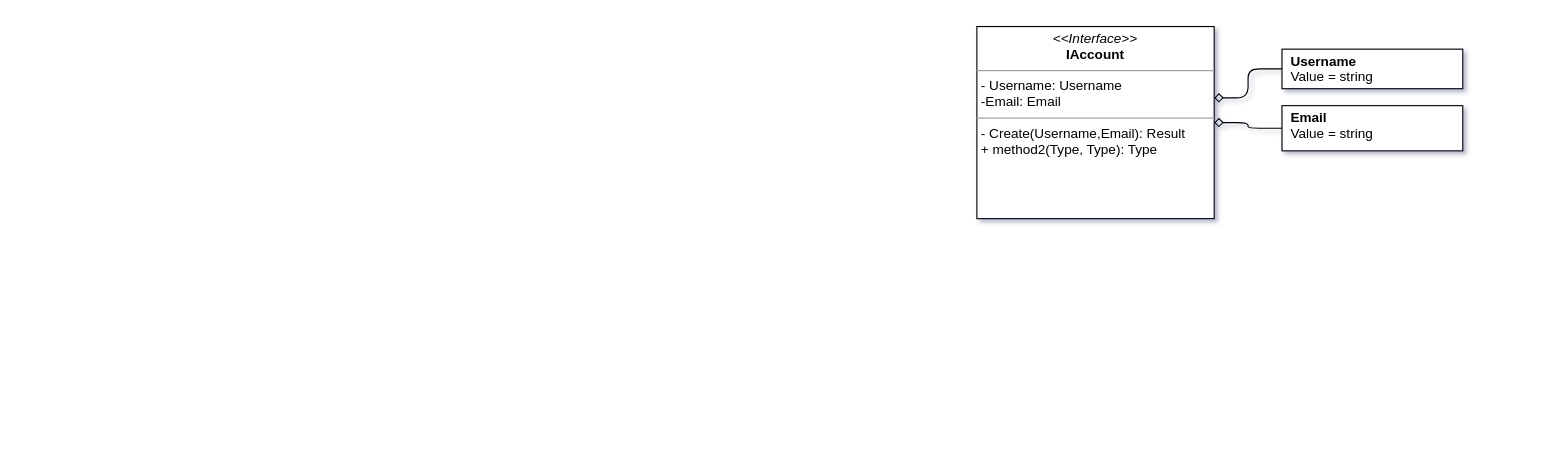
Above: Server/Fitbox.drawio in ivancorlli/Fitbox (draw.io), before the change. Source tidied: cells renumbered, new cells numbered last; positions are measured from the earlier drawing's top-left corner, leaving out a move shared by most shapes. Both pictures are drawn from the tidied source at 113%, with x=0, y=0 at pixel (976, 26).
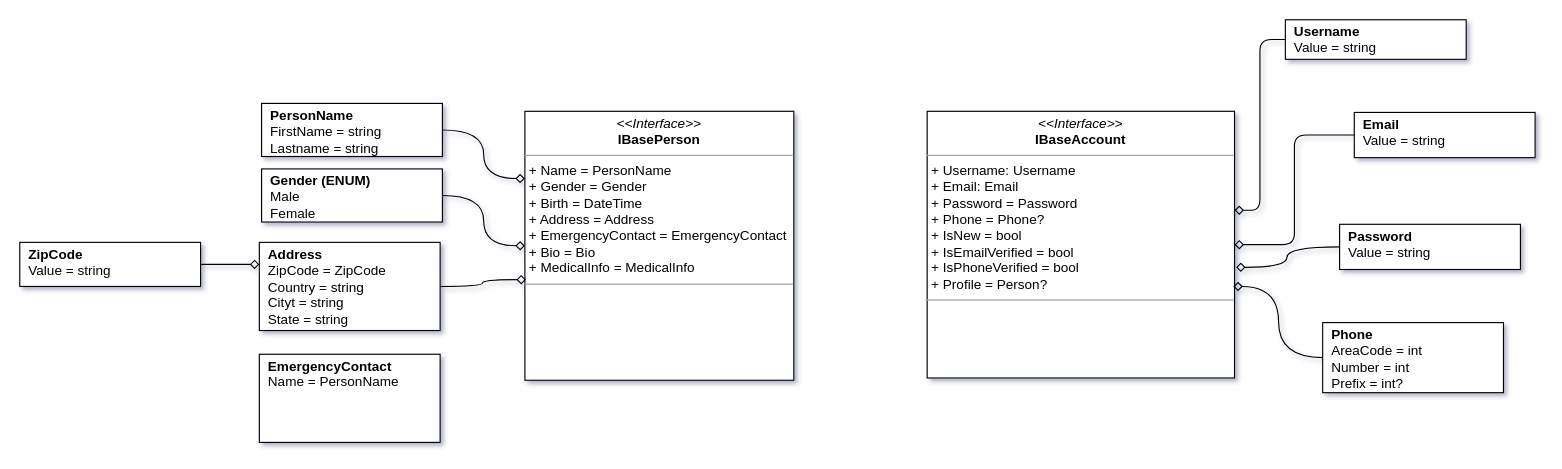
Above is the later version.

Commit message (it also covers changes not shown here):
Se agrego diagrama de clases

The edit, as a diff of the source:
```diff
@@
     <mxCell id="2" value="&lt;p style=&quot;margin:0px;margin-top:4px;text-align:center;text-decoration:underline;&quot;&gt;&lt;/p&gt;&lt;p style=&quot;margin:0px;margin-left:8px;&quot;&gt;&lt;b&gt;Username&lt;/b&gt;&lt;/p&gt;&lt;p style=&quot;margin:0px;margin-left:8px;&quot;&gt;Value = string&lt;/p&gt;" style="verticalAlign=top;align=left;overflow=fill;fontSize=12;fontFamily=Helvetica;html=1;" parent="1" vertex="1">
-      <mxGeometry x="270" y="20" width="160" height="35" as="geometry" />
+      <mxGeometry x="273" y="-6" width="160" height="35" as="geometry" />
     </mxCell>
     <mxCell id="3" value="&lt;p style=&quot;margin:0px;margin-top:4px;text-align:center;text-decoration:underline;&quot;&gt;&lt;/p&gt;&lt;p style=&quot;margin:0px;margin-left:8px;&quot;&gt;&lt;span style=&quot;background-color: initial;&quot;&gt;&lt;b&gt;Email&lt;/b&gt;&lt;/span&gt;&lt;/p&gt;&lt;p style=&quot;margin:0px;margin-left:8px;&quot;&gt;&lt;span style=&quot;background-color: initial;&quot;&gt;Value = string&lt;/span&gt;&lt;br&gt;&lt;/p&gt;" style="verticalAlign=top;align=left;overflow=fill;fontSize=12;fontFamily=Helvetica;html=1;" parent="1" vertex="1">
-      <mxGeometry x="270" y="70" width="160" height="40" as="geometry" />
+      <mxGeometry x="334" y="76" width="160" height="40" as="geometry" />
     </mxCell>
@@
+    <mxCell id="7" style="edgeStyle=orthogonalEdgeStyle;rounded=0;jettySize=auto;html=1;curved=1;endArrow=none;endFill=0;startArrow=diamond;startFill=0;exitX=1.005;exitY=0.585;exitDx=0;exitDy=0;exitPerimeter=0;" parent="1" edge="1" source="6" target="8">
+      <mxGeometry relative="1" as="geometry" />
+    </mxCell>
-    <mxCell id="6" value="&lt;p style=&quot;margin:0px;margin-top:4px;text-align:center;&quot;&gt;&lt;i&gt;&amp;lt;&amp;lt;Interface&amp;gt;&amp;gt;&lt;/i&gt;&lt;br&gt;&lt;b&gt;IAccount&lt;/b&gt;&lt;/p&gt;&lt;hr size=&quot;1&quot;&gt;&lt;p style=&quot;margin:0px;margin-left:4px;&quot;&gt;- Username: Username&lt;br&gt;-Email: Email&lt;/p&gt;&lt;hr size=&quot;1&quot;&gt;&lt;p style=&quot;margin:0px;margin-left:4px;&quot;&gt;- Create(Username,Email): Result&lt;br&gt;+ method2(Type, Type): Type&lt;/p&gt;" style="verticalAlign=top;align=left;overflow=fill;fontSize=12;fontFamily=Helvetica;html=1;" parent="1" vertex="1">
-      <mxGeometry width="210" height="170" as="geometry" />
+    <mxCell id="6" value="&lt;p style=&quot;margin:0px;margin-top:4px;text-align:center;&quot;&gt;&lt;i&gt;&amp;lt;&amp;lt;Interface&amp;gt;&amp;gt;&lt;/i&gt;&lt;br&gt;&lt;b&gt;IBaseAccount&lt;/b&gt;&lt;/p&gt;&lt;hr size=&quot;1&quot;&gt;&lt;p style=&quot;margin:0px;margin-left:4px;&quot;&gt;+ Username: Username&lt;br&gt;+ Email: Email&lt;/p&gt;&lt;p style=&quot;margin:0px;margin-left:4px;&quot;&gt;+ Password = Password&lt;/p&gt;&lt;p style=&quot;margin:0px;margin-left:4px;&quot;&gt;+ Phone = Phone?&lt;/p&gt;&lt;p style=&quot;margin:0px;margin-left:4px;&quot;&gt;+ IsNew = bool&lt;/p&gt;&lt;p style=&quot;margin:0px;margin-left:4px;&quot;&gt;+ IsEmailVerified = bool&lt;/p&gt;&lt;p style=&quot;margin:0px;margin-left:4px;&quot;&gt;&lt;span style=&quot;background-color: initial;&quot;&gt;+ IsPhoneVerified = bool&lt;/span&gt;&lt;/p&gt;&lt;p style=&quot;margin:0px;margin-left:4px;&quot;&gt;+ Profile = Person?&lt;/p&gt;&lt;hr size=&quot;1&quot;&gt;&lt;p style=&quot;margin:0px;margin-left:4px;&quot;&gt;&lt;br&gt;&lt;/p&gt;" style="verticalAlign=top;align=left;overflow=fill;fontSize=12;fontFamily=Helvetica;html=1;" parent="1" vertex="1">
+      <mxGeometry x="-44" y="75" width="272" height="236" as="geometry" />
     </mxCell>
+    <mxCell id="8" value="&lt;p style=&quot;margin:0px;margin-top:4px;text-align:center;text-decoration:underline;&quot;&gt;&lt;/p&gt;&lt;p style=&quot;margin:0px;margin-left:8px;&quot;&gt;&lt;b&gt;Password&lt;/b&gt;&lt;/p&gt;&lt;p style=&quot;margin:0px;margin-left:8px;&quot;&gt;&lt;span style=&quot;background-color: initial;&quot;&gt;Value = string&lt;/span&gt;&lt;br&gt;&lt;/p&gt;" style="verticalAlign=top;align=left;overflow=fill;fontSize=12;fontFamily=Helvetica;html=1;" parent="1" vertex="1">
+      <mxGeometry x="321" y="175" width="160" height="40" as="geometry" />
+    </mxCell>
+    <mxCell id="9" style="edgeStyle=orthogonalEdgeStyle;rounded=0;jettySize=auto;html=1;entryX=0.996;entryY=0.657;entryDx=0;entryDy=0;entryPerimeter=0;endArrow=diamond;endFill=0;startArrow=none;startFill=0;curved=1;" parent="1" edge="1" source="10" target="6">
+      <mxGeometry relative="1" as="geometry" />
+    </mxCell>
+    <mxCell id="10" value="&lt;p style=&quot;margin:0px;margin-top:4px;text-align:center;text-decoration:underline;&quot;&gt;&lt;/p&gt;&lt;p style=&quot;margin:0px;margin-left:8px;&quot;&gt;&lt;b&gt;Phone&lt;/b&gt;&lt;/p&gt;&lt;p style=&quot;margin:0px;margin-left:8px;&quot;&gt;&lt;span style=&quot;background-color: initial;&quot;&gt;AreaCode = int&lt;/span&gt;&lt;br&gt;&lt;/p&gt;&lt;p style=&quot;margin:0px;margin-left:8px;&quot;&gt;&lt;span style=&quot;background-color: initial;&quot;&gt;Number = int&lt;/span&gt;&lt;/p&gt;&lt;p style=&quot;margin:0px;margin-left:8px;&quot;&gt;&lt;span style=&quot;background-color: initial;&quot;&gt;Prefix = int?&lt;/span&gt;&lt;/p&gt;" style="verticalAlign=top;align=left;overflow=fill;fontSize=12;fontFamily=Helvetica;html=1;" parent="1" vertex="1">
+      <mxGeometry x="306" y="262" width="160" height="62" as="geometry" />
+    </mxCell>
+    <mxCell id="11" value="&lt;p style=&quot;margin:0px;margin-top:4px;text-align:center;&quot;&gt;&lt;i&gt;&amp;lt;&amp;lt;Interface&amp;gt;&amp;gt;&lt;/i&gt;&lt;br&gt;&lt;b&gt;IBasePerson&lt;/b&gt;&lt;/p&gt;&lt;hr size=&quot;1&quot;&gt;&lt;p style=&quot;margin:0px;margin-left:4px;&quot;&gt;+ Name = PersonName&lt;/p&gt;&lt;p style=&quot;margin:0px;margin-left:4px;&quot;&gt;+ Gender = Gender&lt;/p&gt;&lt;p style=&quot;margin:0px;margin-left:4px;&quot;&gt;+ Birth = DateTime&lt;/p&gt;&lt;p style=&quot;margin:0px;margin-left:4px;&quot;&gt;+ Address = Address&lt;/p&gt;&lt;p style=&quot;margin:0px;margin-left:4px;&quot;&gt;+ EmergencyContact = EmergencyContact&lt;/p&gt;&lt;p style=&quot;margin:0px;margin-left:4px;&quot;&gt;+ Bio = Bio&lt;/p&gt;&lt;p style=&quot;margin:0px;margin-left:4px;&quot;&gt;+ MedicalInfo = MedicalInfo&lt;/p&gt;&lt;hr size=&quot;1&quot;&gt;&lt;p style=&quot;margin:0px;margin-left:4px;&quot;&gt;&lt;br&gt;&lt;/p&gt;" style="verticalAlign=top;align=left;overflow=fill;fontSize=12;fontFamily=Helvetica;html=1;" parent="1" vertex="1">
+      <mxGeometry x="-400" y="75" width="238" height="238" as="geometry" />
+    </mxCell>
+    <mxCell id="12" style="edgeStyle=orthogonalEdgeStyle;rounded=0;jettySize=auto;html=1;entryX=0;entryY=0.25;entryDx=0;entryDy=0;endArrow=diamond;endFill=0;curved=1;" parent="1" edge="1" source="13" target="11">
+      <mxGeometry relative="1" as="geometry" />
+    </mxCell>
+    <mxCell id="13" value="&lt;p style=&quot;margin:0px;margin-top:4px;text-align:center;text-decoration:underline;&quot;&gt;&lt;/p&gt;&lt;p style=&quot;margin:0px;margin-left:8px;&quot;&gt;&lt;b&gt;PersonName&lt;/b&gt;&lt;/p&gt;&lt;p style=&quot;margin:0px;margin-left:8px;&quot;&gt;FirstName = string&lt;/p&gt;&lt;p style=&quot;margin:0px;margin-left:8px;&quot;&gt;Lastname = string&lt;/p&gt;" style="verticalAlign=top;align=left;overflow=fill;fontSize=12;fontFamily=Helvetica;html=1;" parent="1" vertex="1">
+      <mxGeometry x="-633" y="68" width="160" height="47" as="geometry" />
+    </mxCell>
+    <mxCell id="14" style="edgeStyle=orthogonalEdgeStyle;rounded=0;jettySize=auto;html=1;endArrow=diamond;endFill=0;curved=1;" parent="1" edge="1" source="15" target="11">
+      <mxGeometry relative="1" as="geometry" />
+    </mxCell>
+    <mxCell id="15" value="&lt;p style=&quot;margin:0px;margin-top:4px;text-align:center;text-decoration:underline;&quot;&gt;&lt;/p&gt;&lt;p style=&quot;margin:0px;margin-left:8px;&quot;&gt;&lt;b&gt;Gender (ENUM)&lt;/b&gt;&lt;/p&gt;&lt;p style=&quot;margin:0px;margin-left:8px;&quot;&gt;Male&lt;/p&gt;&lt;p style=&quot;margin:0px;margin-left:8px;&quot;&gt;Female&lt;/p&gt;" style="verticalAlign=top;align=left;overflow=fill;fontSize=12;fontFamily=Helvetica;html=1;" parent="1" vertex="1">
+      <mxGeometry x="-633" y="126" width="160" height="47" as="geometry" />
+    </mxCell>
+    <mxCell id="16" style="edgeStyle=orthogonalEdgeStyle;rounded=0;jettySize=auto;html=1;entryX=0.004;entryY=0.626;entryDx=0;entryDy=0;entryPerimeter=0;endArrow=diamond;endFill=0;curved=1;" parent="1" edge="1" source="17" target="11">
+      <mxGeometry relative="1" as="geometry" />
+    </mxCell>
+    <mxCell id="17" value="&lt;p style=&quot;margin:0px;margin-top:4px;text-align:center;text-decoration:underline;&quot;&gt;&lt;/p&gt;&lt;p style=&quot;margin:0px;margin-left:8px;&quot;&gt;&lt;span style=&quot;background-color: initial;&quot;&gt;&lt;b&gt;Address&lt;/b&gt;&lt;/span&gt;&lt;br&gt;&lt;/p&gt;&lt;p style=&quot;margin:0px;margin-left:8px;&quot;&gt;ZipCode = ZipCode&lt;/p&gt;&lt;p style=&quot;margin:0px;margin-left:8px;&quot;&gt;Country = string&lt;/p&gt;&lt;p style=&quot;margin:0px;margin-left:8px;&quot;&gt;Cityt = string&lt;/p&gt;&lt;p style=&quot;margin:0px;margin-left:8px;&quot;&gt;State = string&lt;/p&gt;&lt;p style=&quot;margin:0px;margin-left:8px;&quot;&gt;&lt;br&gt;&lt;/p&gt;" style="verticalAlign=top;align=left;overflow=fill;fontSize=12;fontFamily=Helvetica;html=1;" parent="1" vertex="1">
+      <mxGeometry x="-635" y="191" width="160" height="78" as="geometry" />
+    </mxCell>
+    <mxCell id="18" style="edgeStyle=orthogonalEdgeStyle;rounded=0;jettySize=auto;html=1;entryX=0;entryY=0.25;entryDx=0;entryDy=0;endArrow=diamond;endFill=0;curved=1;" parent="1" edge="1" source="19" target="17">
+      <mxGeometry relative="1" as="geometry" />
+    </mxCell>
+    <mxCell id="19" value="&lt;p style=&quot;margin:0px;margin-top:4px;text-align:center;text-decoration:underline;&quot;&gt;&lt;/p&gt;&lt;p style=&quot;margin:0px;margin-left:8px;&quot;&gt;&lt;b&gt;ZipCode&lt;/b&gt;&lt;/p&gt;&lt;p style=&quot;margin:0px;margin-left:8px;&quot;&gt;Value = string&lt;/p&gt;" style="verticalAlign=top;align=left;overflow=fill;fontSize=12;fontFamily=Helvetica;html=1;" parent="1" vertex="1">
+      <mxGeometry x="-847" y="191" width="160" height="39" as="geometry" />
+    </mxCell>
+    <mxCell id="20" value="&lt;p style=&quot;margin:0px;margin-top:4px;text-align:center;text-decoration:underline;&quot;&gt;&lt;/p&gt;&lt;p style=&quot;margin:0px;margin-left:8px;&quot;&gt;&lt;b&gt;EmergencyContact&lt;/b&gt;&lt;/p&gt;&lt;p style=&quot;margin:0px;margin-left:8px;&quot;&gt;Name = PersonName&lt;/p&gt;&lt;p style=&quot;margin:0px;margin-left:8px;&quot;&gt;&lt;br&gt;&lt;/p&gt;&lt;p style=&quot;margin:0px;margin-left:8px;&quot;&gt;&lt;br&gt;&lt;/p&gt;" style="verticalAlign=top;align=left;overflow=fill;fontSize=12;fontFamily=Helvetica;html=1;" parent="1" vertex="1">
+      <mxGeometry x="-635" y="290" width="160" height="78" as="geometry" />
+    </mxCell>
```
